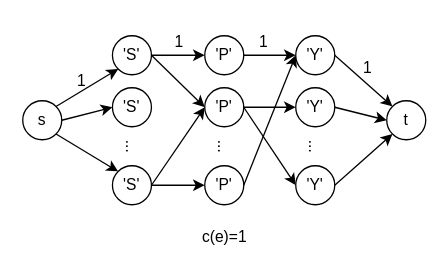
This is hw4_9.drawio from Eren-Jeager123/Algorithm, a draw.io file, before an edit. Source tidied: cells renumbered, new cells numbered last; positions are measured from the earlier drawing's top-left corner, leaving out a move shared by most shapes. Both pictures are drawn from the tidied source at 130%, with x=0, y=0 at pixel (22, 22).
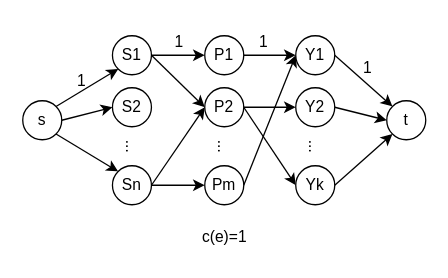
The same diagram, later.

What changed in the source:
```diff
@@
-    <mxCell id="8" value="'S'" style="ellipse;whiteSpace=wrap;html=1;" parent="1" vertex="1">
+    <mxCell id="8" value="S1" style="ellipse;whiteSpace=wrap;html=1;" parent="1" vertex="1">
       <mxGeometry x="69" y="10" width="30" height="30" as="geometry" />
     </mxCell>
-    <mxCell id="9" value="'S'" style="ellipse;whiteSpace=wrap;html=1;" parent="1" vertex="1">
+    <mxCell id="9" value="S2" style="ellipse;whiteSpace=wrap;html=1;" parent="1" vertex="1">
       <mxGeometry x="69" y="50" width="30" height="30" as="geometry" />
     </mxCell>
@@
-    <mxCell id="12" value="'S'" style="ellipse;whiteSpace=wrap;html=1;" parent="1" vertex="1">
+    <mxCell id="12" value="Sn" style="ellipse;whiteSpace=wrap;html=1;" parent="1" vertex="1">
       <mxGeometry x="69" y="110" width="30" height="30" as="geometry" />
     </mxCell>
@@
-    <mxCell id="15" value="'P'" style="ellipse;whiteSpace=wrap;html=1;" parent="1" vertex="1">
+    <mxCell id="15" value="P1" style="ellipse;whiteSpace=wrap;html=1;" parent="1" vertex="1">
       <mxGeometry x="140" y="10" width="30" height="30" as="geometry" />
     </mxCell>
@@
-    <mxCell id="17" value="'P'" style="ellipse;whiteSpace=wrap;html=1;" parent="1" vertex="1">
+    <mxCell id="17" value="Pm" style="ellipse;whiteSpace=wrap;html=1;" parent="1" vertex="1">
       <mxGeometry x="140" y="110" width="30" height="30" as="geometry" />
     </mxCell>
@@
-    <mxCell id="20" value="'P'" style="ellipse;whiteSpace=wrap;html=1;" parent="1" vertex="1">
+    <mxCell id="20" value="P2" style="ellipse;whiteSpace=wrap;html=1;" parent="1" vertex="1">
       <mxGeometry x="140" y="50" width="30" height="30" as="geometry" />
     </mxCell>
@@
-    <mxCell id="23" value="'Y'" style="ellipse;whiteSpace=wrap;html=1;" parent="1" vertex="1">
+    <mxCell id="23" value="Y1" style="ellipse;whiteSpace=wrap;html=1;" parent="1" vertex="1">
       <mxGeometry x="210" y="10" width="30" height="30" as="geometry" />
     </mxCell>
@@
-    <mxCell id="25" value="'Y'" style="ellipse;whiteSpace=wrap;html=1;" parent="1" vertex="1">
+    <mxCell id="25" value="Yk" style="ellipse;whiteSpace=wrap;html=1;" parent="1" vertex="1">
       <mxGeometry x="210" y="110" width="30" height="30" as="geometry" />
     </mxCell>
@@
-    <mxCell id="27" value="'Y'" style="ellipse;whiteSpace=wrap;html=1;" parent="1" vertex="1">
+    <mxCell id="27" value="Y2" style="ellipse;whiteSpace=wrap;html=1;" parent="1" vertex="1">
       <mxGeometry x="210" y="50" width="30" height="30" as="geometry" />
     </mxCell>
```
